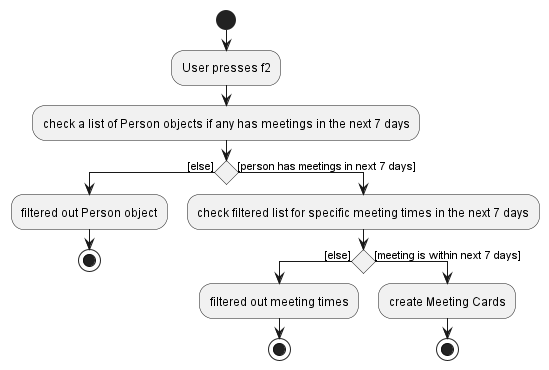
nus-cs2103-AY2223S1/tp keeps this PlantUML diagram as docs/images/DeveloperGuide/UpcomingMeetings/UpcomingMeetingActivityDiagram.png. Above is the earlier version.
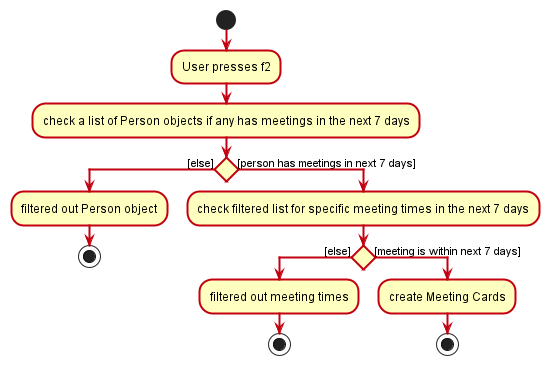
The same file after the commit.

Commit message:
Add styling for activity diagrams

What changed in the source:
```diff
@@ -1,5 +1,6 @@
 @startuml
 !pragma useVerticalIf on
+!include ../style.puml
 
 start
 :User presses f2;
```
